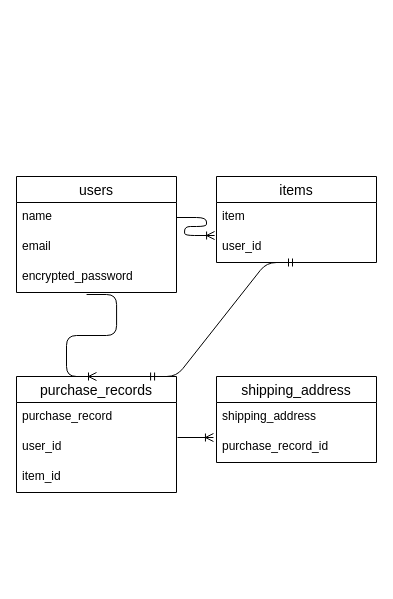
Earlier version of the draw.io diagram Entity Relationship.dio (kurigaki/furima-37191). Source tidied: cells renumbered, new cells numbered last; positions are measured from the earlier drawing's top-left corner, leaving out a move shared by most shapes. Both pictures are drawn from the tidied source at 100%, with x=0, y=0 at pixel (16, 176).
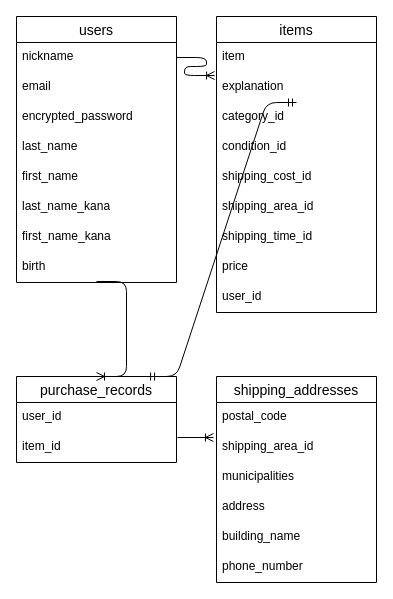
After the change.

Commit message (it also covers changes not shown here):
データベース設計３

The change refers to these unchanged cells:
```xml
<mxCell id="5" value="encrypted_password" style="text;strokeColor=none;fillColor=none;spacingLeft=4;spacingRight=4;overflow=hidden;points=[[0,0.5],[1,0.5]];portConstraint=eastwest;fontSize=12;" parent="2" vertex="1">
  <mxGeometry y="86" width="160" height="30" as="geometry" />
</mxCell>
```

The edit, as a diff of the source:
```diff
@@
     <mxCell id="2" value="users" style="swimlane;fontStyle=0;horizontal=1;startSize=26;align=center;fontSize=14;" parent="1" vertex="1">
-      <mxGeometry width="160" height="116" as="geometry" />
+      <mxGeometry y="-160" width="160" height="266" as="geometry" />
     </mxCell>
-    <mxCell id="3" value="name" style="text;strokeColor=none;fillColor=none;spacingLeft=4;spacingRight=4;overflow=hidden;points=[[0,0.5],[1,0.5]];portConstraint=eastwest;fontSize=12;" parent="2" vertex="1">
+    <mxCell id="3" value="nickname" style="text;strokeColor=none;fillColor=none;spacingLeft=4;spacingRight=4;overflow=hidden;points=[[0,0.5],[1,0.5]];portConstraint=eastwest;fontSize=12;" parent="2" vertex="1">
       <mxGeometry y="26" width="160" height="30" as="geometry" />
     </mxCell>
@@
+    <mxCell id="20" value="last_name" style="text;strokeColor=none;fillColor=none;spacingLeft=4;spacingRight=4;overflow=hidden;fontSize=12;" parent="2" vertex="1">
+      <mxGeometry y="116" width="160" height="30" as="geometry" />
+    </mxCell>
+    <mxCell id="21" value="first_name" style="text;strokeColor=none;fillColor=none;spacingLeft=4;spacingRight=4;overflow=hidden;fontSize=12;" parent="2" vertex="1">
+      <mxGeometry y="146" width="160" height="30" as="geometry" />
+    </mxCell>
+    <mxCell id="22" value="last_name_kana" style="text;strokeColor=none;fillColor=none;spacingLeft=4;spacingRight=4;overflow=hidden;fontSize=12;" parent="2" vertex="1">
+      <mxGeometry y="176" width="160" height="30" as="geometry" />
+    </mxCell>
+    <mxCell id="23" value="first_name_kana" style="text;strokeColor=none;fillColor=none;spacingLeft=4;spacingRight=4;overflow=hidden;fontSize=12;" parent="2" vertex="1">
+      <mxGeometry y="206" width="160" height="30" as="geometry" />
+    </mxCell>
+    <mxCell id="24" value="birth" style="text;strokeColor=none;fillColor=none;spacingLeft=4;spacingRight=4;overflow=hidden;points=[[0,0.5],[1,0.5]];portConstraint=eastwest;fontSize=12;" parent="2" vertex="1">
+      <mxGeometry y="236" width="160" height="30" as="geometry" />
+    </mxCell>
     <mxCell id="6" value="items" style="swimlane;fontStyle=0;horizontal=1;startSize=26;align=center;fontSize=14;" parent="1" vertex="1">
-      <mxGeometry x="200" width="160" height="86" as="geometry" />
+      <mxGeometry x="200" y="-160" width="160" height="296" as="geometry" />
     </mxCell>
@@
-    <mxCell id="8" value="user_id" style="text;strokeColor=none;fillColor=none;spacingLeft=4;spacingRight=4;overflow=hidden;points=[[0,0.5],[1,0.5]];portConstraint=eastwest;fontSize=12;" parent="6" vertex="1">
+    <mxCell id="8" value="explanation" style="text;strokeColor=none;fillColor=none;spacingLeft=4;spacingRight=4;overflow=hidden;points=[[0,0.5],[1,0.5]];portConstraint=eastwest;fontSize=12;" parent="6" vertex="1">
       <mxGeometry y="56" width="160" height="30" as="geometry" />
     </mxCell>
+    <mxCell id="25" value="category_id" style="text;strokeColor=none;fillColor=none;spacingLeft=4;spacingRight=4;overflow=hidden;fontSize=12;" parent="6" vertex="1">
+      <mxGeometry y="86" width="160" height="30" as="geometry" />
+    </mxCell>
+    <mxCell id="26" value="condition_id" style="text;strokeColor=none;fillColor=none;spacingLeft=4;spacingRight=4;overflow=hidden;fontSize=12;" parent="6" vertex="1">
+      <mxGeometry y="116" width="160" height="30" as="geometry" />
+    </mxCell>
+    <mxCell id="27" value="shipping_cost_id" style="text;strokeColor=none;fillColor=none;spacingLeft=4;spacingRight=4;overflow=hidden;fontSize=12;" parent="6" vertex="1">
+      <mxGeometry y="146" width="160" height="30" as="geometry" />
+    </mxCell>
+    <mxCell id="28" value="shipping_area_id" style="text;strokeColor=none;fillColor=none;spacingLeft=4;spacingRight=4;overflow=hidden;fontSize=12;" parent="6" vertex="1">
+      <mxGeometry y="176" width="160" height="30" as="geometry" />
+    </mxCell>
+    <mxCell id="29" value="shipping_time_id" style="text;strokeColor=none;fillColor=none;spacingLeft=4;spacingRight=4;overflow=hidden;fontSize=12;" parent="6" vertex="1">
+      <mxGeometry y="206" width="160" height="30" as="geometry" />
+    </mxCell>
+    <mxCell id="30" value="price" style="text;strokeColor=none;fillColor=none;spacingLeft=4;spacingRight=4;overflow=hidden;fontSize=12;" parent="6" vertex="1">
+      <mxGeometry y="236" width="160" height="30" as="geometry" />
+    </mxCell>
+    <mxCell id="31" value="user_id" style="text;strokeColor=none;fillColor=none;spacingLeft=4;spacingRight=4;overflow=hidden;fontSize=12;" parent="6" vertex="1">
+      <mxGeometry y="266" width="160" height="30" as="geometry" />
+    </mxCell>
@@
     <mxCell id="10" value="purchase_records" style="swimlane;fontStyle=0;horizontal=1;startSize=26;align=center;fontSize=14;" parent="1" vertex="1">
-      <mxGeometry y="200" width="160" height="116" as="geometry" />
+      <mxGeometry y="200" width="160" height="86" as="geometry" />
     </mxCell>
-    <mxCell id="11" value="purchase_record" style="text;strokeColor=none;fillColor=none;spacingLeft=4;spacingRight=4;overflow=hidden;fontSize=12;" parent="10" vertex="1">
-      <mxGeometry y="26" width="160" height="30" as="geometry" />
-    </mxCell>
     <mxCell id="12" value="user_id" style="text;strokeColor=none;fillColor=none;spacingLeft=4;spacingRight=4;overflow=hidden;fontSize=12;" parent="10" vertex="1">
-      <mxGeometry y="56" width="160" height="30" as="geometry" />
+      <mxGeometry y="26" width="160" height="30" as="geometry" />
     </mxCell>
     <mxCell id="13" value="item_id" style="text;strokeColor=none;fillColor=none;spacingLeft=4;spacingRight=4;overflow=hidden;fontSize=12;" parent="10" vertex="1">
-      <mxGeometry y="86" width="160" height="30" as="geometry" />
+      <mxGeometry y="56" width="160" height="30" as="geometry" />
     </mxCell>
-    <mxCell id="14" value="shipping_address" style="swimlane;fontStyle=0;horizontal=1;startSize=26;align=center;fontSize=14;" parent="1" vertex="1">
-      <mxGeometry x="200" y="200" width="160" height="86" as="geometry" />
+    <mxCell id="14" value="shipping_addresses" style="swimlane;fontStyle=0;horizontal=1;startSize=26;align=center;fontSize=14;" parent="1" vertex="1">
+      <mxGeometry x="200" y="200" width="160" height="206" as="geometry" />
     </mxCell>
-    <mxCell id="15" value="shipping_address" style="text;strokeColor=none;fillColor=none;spacingLeft=4;spacingRight=4;overflow=hidden;fontSize=12;" parent="14" vertex="1">
+    <mxCell id="15" value="postal_code" style="text;strokeColor=none;fillColor=none;spacingLeft=4;spacingRight=4;overflow=hidden;fontSize=12;" parent="14" vertex="1">
       <mxGeometry y="26" width="160" height="30" as="geometry" />
     </mxCell>
-    <mxCell id="16" value="purchase_record_id" style="text;strokeColor=none;fillColor=none;spacingLeft=4;spacingRight=4;overflow=hidden;points=[[0,0.5],[1,0.5]];portConstraint=eastwest;fontSize=12;" parent="14" vertex="1">
+    <mxCell id="16" value="shipping_area_id" style="text;strokeColor=none;fillColor=none;spacingLeft=4;spacingRight=4;overflow=hidden;points=[[0,0.5],[1,0.5]];portConstraint=eastwest;fontSize=12;" parent="14" vertex="1">
       <mxGeometry y="56" width="160" height="30" as="geometry" />
     </mxCell>
+    <mxCell id="32" value="municipalities" style="text;strokeColor=none;fillColor=none;spacingLeft=4;spacingRight=4;overflow=hidden;fontSize=12;" parent="14" vertex="1">
+      <mxGeometry y="86" width="160" height="30" as="geometry" />
+    </mxCell>
+    <mxCell id="33" value="address" style="text;strokeColor=none;fillColor=none;spacingLeft=4;spacingRight=4;overflow=hidden;fontSize=12;" parent="14" vertex="1">
+      <mxGeometry y="116" width="160" height="30" as="geometry" />
+    </mxCell>
+    <mxCell id="34" value="building_name" style="text;strokeColor=none;fillColor=none;spacingLeft=4;spacingRight=4;overflow=hidden;fontSize=12;" parent="14" vertex="1">
+      <mxGeometry y="146" width="160" height="30" as="geometry" />
+    </mxCell>
+    <mxCell id="35" value="phone_number" style="text;strokeColor=none;fillColor=none;spacingLeft=4;spacingRight=4;overflow=hidden;fontSize=12;" parent="14" vertex="1">
+      <mxGeometry y="176" width="160" height="30" as="geometry" />
+    </mxCell>
-    <mxCell id="17" style="edgeStyle=entityRelationEdgeStyle;fontSize=12;html=1;endArrow=ERoneToMany;exitX=0.438;exitY=1.067;exitDx=0;exitDy=0;exitPerimeter=0;entryX=0.5;entryY=0;entryDx=0;entryDy=0;" parent="1" edge="1" source="5" target="10">
+    <mxCell id="17" style="edgeStyle=entityRelationEdgeStyle;fontSize=12;html=1;endArrow=ERoneToMany;exitX=0.5;exitY=0.967;exitDx=0;exitDy=0;exitPerimeter=0;entryX=0.5;entryY=0;entryDx=0;entryDy=0;" parent="1" edge="1" source="24" target="10">
       <mxGeometry relative="1" as="geometry" />
     </mxCell>
```
